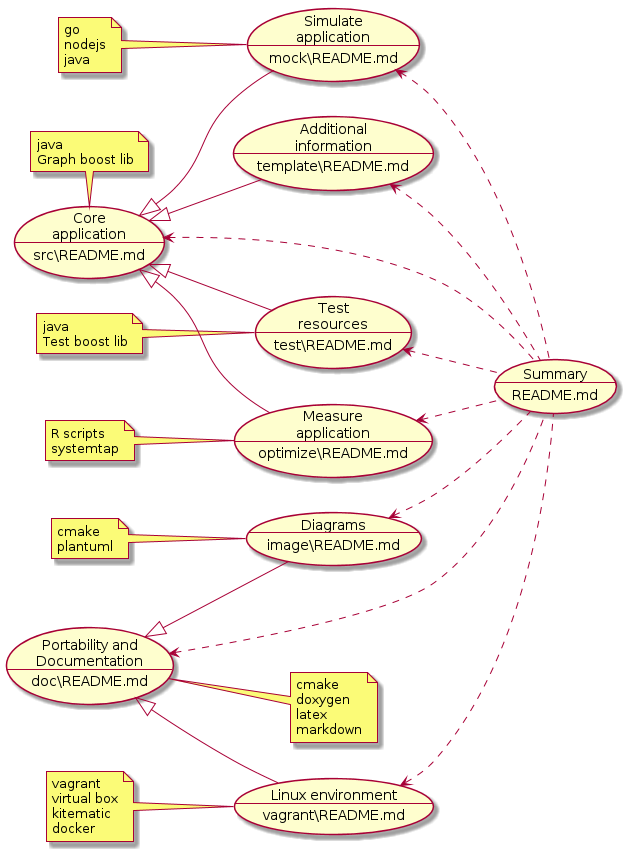
Above: image/approach.png in xue2sheng/GenealogicalTree (PlantUML), before the change.
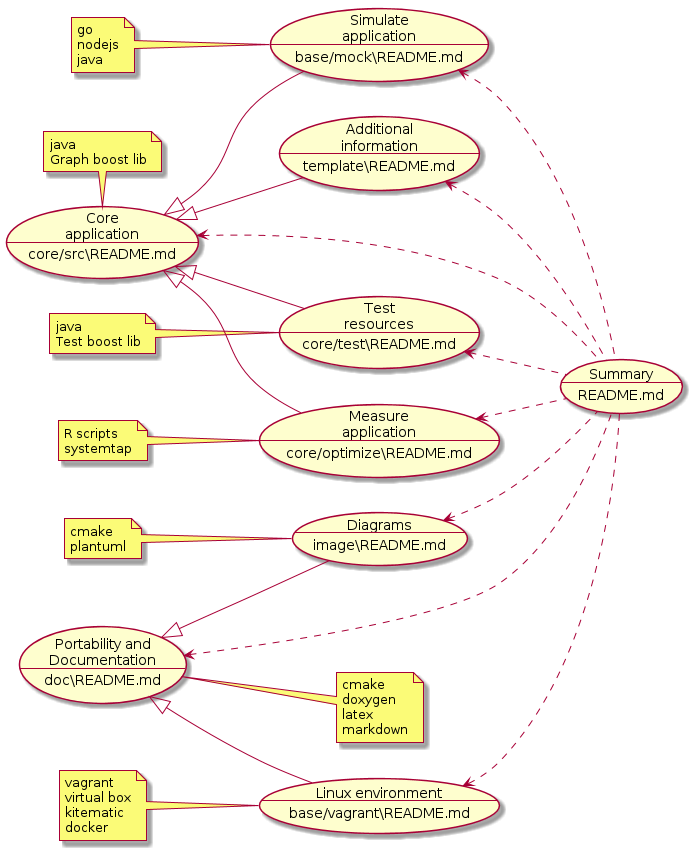
Later version of the same file.

Change to the diagram source:
```diff
@@ -1,14 +1,14 @@
 @startuml approach.png
 left to right direction
 (Portability and\nDocumentation\n--\ndoc\README.md) as (Doc)
-(Linux environment\n--\nvagrant\README.md) as (Vagrant)
+(Linux environment\n--\nbase/vagrant\README.md) as (Vagrant)
 (Diagrams\n--\nimage\README.md) as (Image)
 (Additional\ninformation\n--\ntemplate\README.md) as (Template)
-(Test\nresources\n--\ntest\README.md) as (Test)
+(Test\nresources\n--\ncore/test\README.md) as (Test)
 (Summary\n--\nREADME.md) as (Summary)
-(Measure\napplication\n--\noptimize\README.md) as (Measure)
-(Simulate\napplication\n--\nmock\README.md) as (Mock)
-(Core\napplication\n--\nsrc\README.md) as (Core)
+(Measure\napplication\n--\ncore/optimize\README.md) as (Measure)
+(Simulate\napplication\n--\nbase/mock\README.md) as (Mock)
+(Core\napplication\n--\ncore/src\README.md) as (Core)
 (Doc) <.. (Summary)
 (Vagrant) <.. (Summary)
 (Template) <.. (Summary)
```
